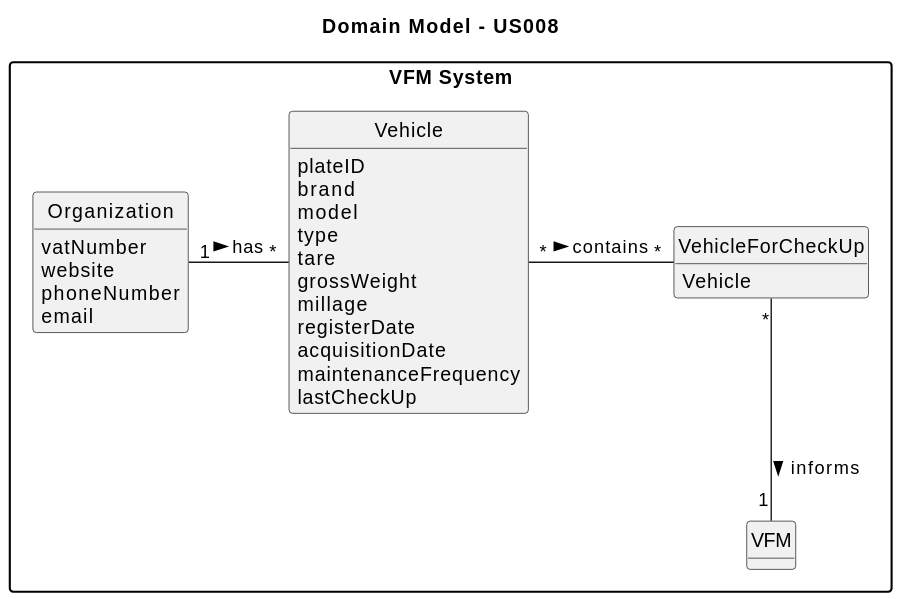
SAEmanuel/Green_Spaces_Management_ISEP keeps this PlantUML diagram as docs/sprintB/us008/02.analysis/svg/us008-domain-model-Domain_Model___US008.svg. Above is the earlier version.
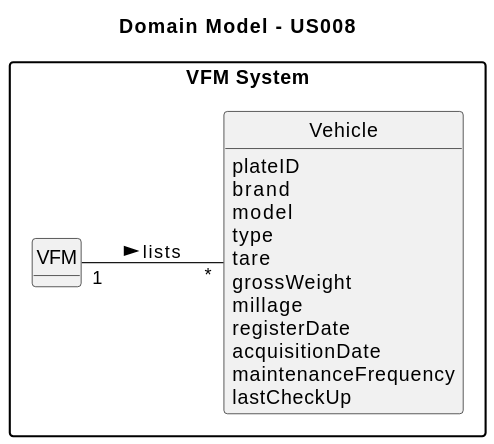
Later version of the same file.

The edit, as a diff of the source:
```diff
@@ -3,6 +3,7 @@
 skinparam packageStyle rectangle
 skinparam shadowing false
 
+left to right direction
 
 skinparam classAttributeIconSize 0
 
@@ -12,9 +13,7 @@
 
 title Domain Model - US008
 
-class VehicleForCheckUp {
-    Vehicle
-}
+
 
 class VFM {
 }
@@ -33,16 +32,9 @@
          lastCheckUp
 }
 
-class Organization {
-vatNumber
-website
-phoneNumber
-email
-}
 
 
 
-Organization "1" - "*" Vehicle: has >
-Vehicle "*"- "*" VehicleForCheckUp: contains >
-VehicleForCheckUp "*" -- "1" VFM : informs >
+
+VFM "1" -- "*" Vehicle : lists >
 @enduml
```
